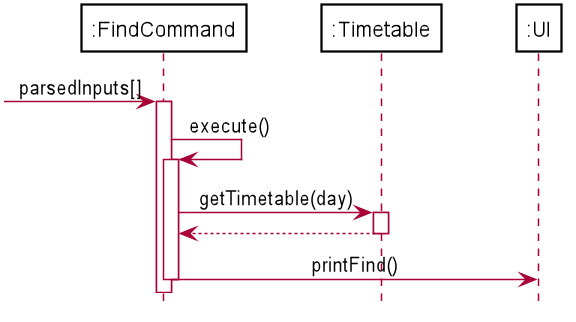
Before: docs/images/FindCommand_SequenceDiagram.png, a diagram exported from PlantUML (weisiong24/tp). The source it was exported from:
```plantuml
@startuml
skinparam BackgroundColor #FFFFFF
skinparam classAttributeIconSize 0
skinparam SequenceBoxBackgroundColor #111111
skinparam Shadowing false

skinparam Actor {
    BorderColor #000000
}

skinparam Participant {
    BackgroundColor #FFFFFF
    BorderColor #000000
    FontColor #000000
    Padding 20
}

skinparam Sequence {
    MessageAlign center
    BoxFontSize 15
    BoxPadding 0
    BoxFontColor #FFFFFF
}

hide circle
hide footbox
hide members

Participant ":FindCommand" as FindCommand
Participant ":Timetable" as Timetable
Participant ":UI" as UI

-> FindCommand: parsedInputs[]
activate FindCommand

FindCommand -> FindCommand: execute()
activate FindCommand

FindCommand -> Timetable: getTimetable(day)
activate Timetable

Timetable --> FindCommand
deactivate Timetable

FindCommand -> UI: printFind()

deactivate FindCommand

@enduml
```
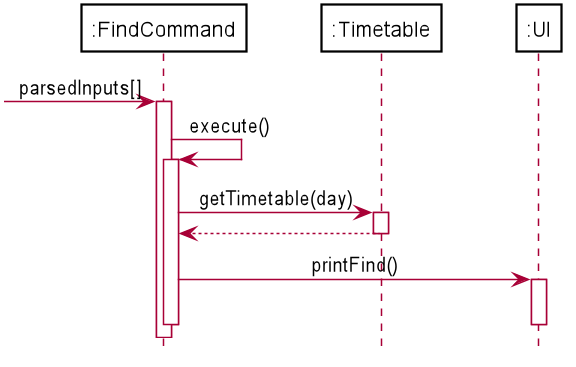
Above is the later version.

Commit message:
Added activation bar for UI in find, list, delete, clear sequence diagrams

The edit, as a diff of the source:
```diff
@@ -43,7 +43,8 @@
 deactivate Timetable
 
 FindCommand -> UI: printFind()
-
+activate UI
+deactivate UI
 deactivate FindCommand
 
 @enduml
```
